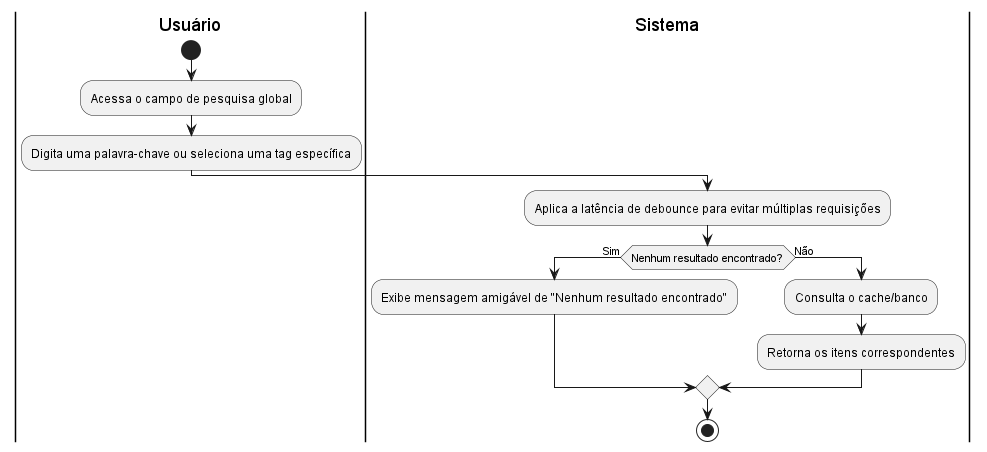
aspiringluke/Projeto-Integrado-Mobile keeps this PlantUML diagram as docs/casosUso/imagens/diagramas_atividade/diagrama_UC05.png. Above is the earlier version.
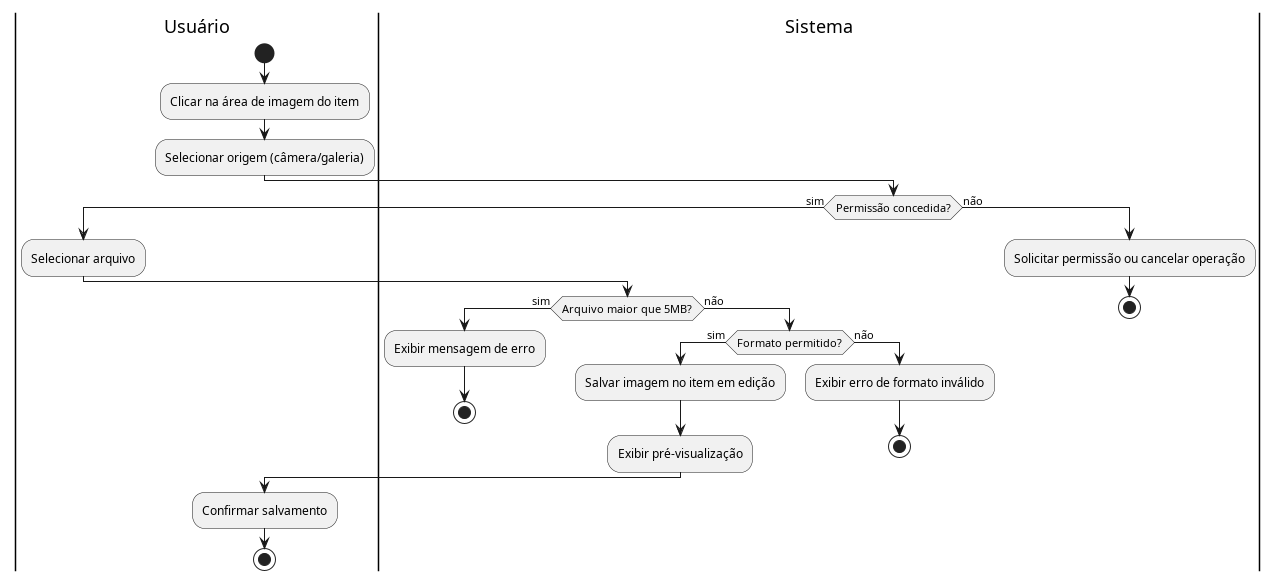
After the commit.

Change to the diagram source:
```diff
@@ -2,20 +2,32 @@
 
 |Usuário|
 start
-:Acessa o campo de pesquisa global;
-:Digita uma palavra-chave ou seleciona uma tag específica;
+:Clicar na área de imagem do item;
+:Selecionar origem (câmera/galeria);
 
 |Sistema|
-:Aplica a latência de debounce para evitar múltiplas requisições;
-
-if (Nenhum resultado encontrado?) then (Sim)
-    |Sistema|
-    :Exibe mensagem amigável de "Nenhum resultado encontrado";
-else (Não)
-    |Sistema|
-    :Consulta o cache/banco;
-    :Retorna os itens correspondentes;
+if (Permissão concedida?) then (sim)
+  |Usuário|
+  :Selecionar arquivo;
+  |Sistema|
+  if (Arquivo maior que 5MB?) then (sim)
+    :Exibir mensagem de erro;
+    stop
+  else (não)
+    if (Formato permitido?) then (sim)
+      :Salvar imagem no item em edição;
+      :Exibir pré-visualização;
+    else (não)
+      :Exibir erro de formato inválido;
+      stop
+    endif
+  endif
+else (não)
+  :Solicitar permissão ou cancelar operação;
+  stop
 endif
 
+|Usuário|
+:Confirmar salvamento;
 stop
 @enduml
```
